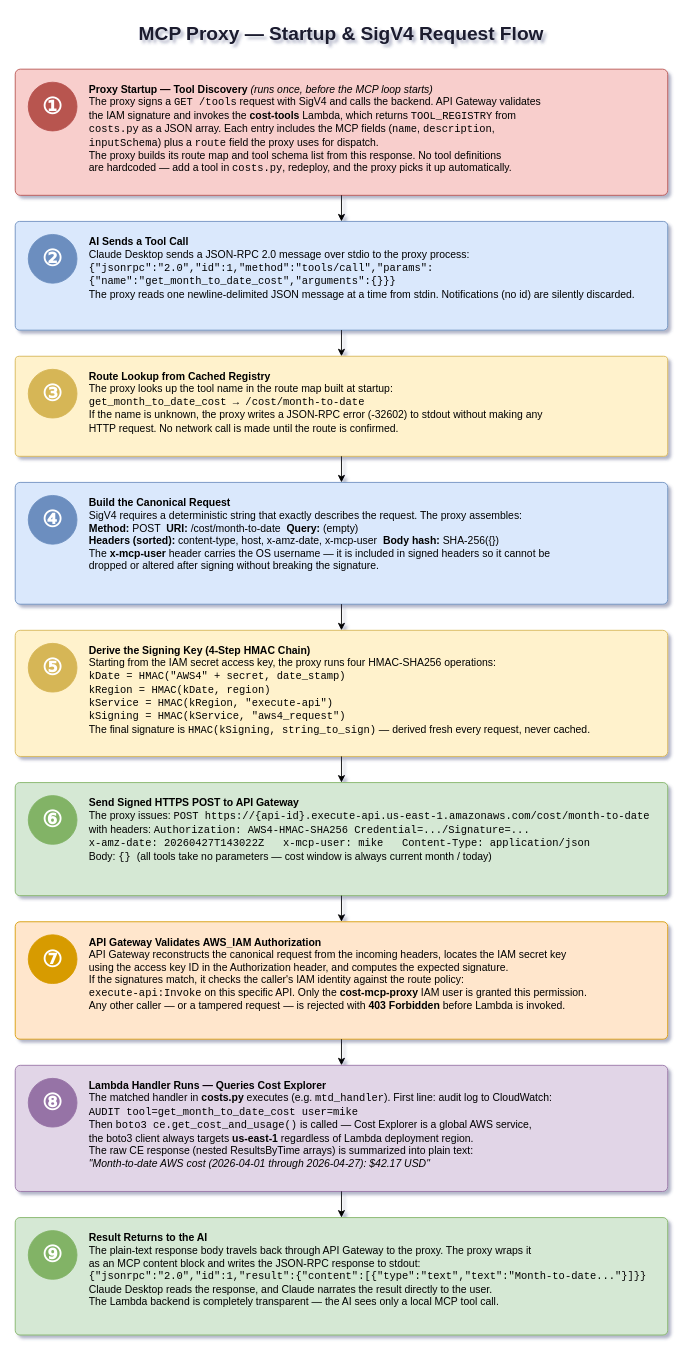
The draw.io diagram aws-serverless-mcp-flow.drawio in mamonaco1973/aws-serverless-mcp, before the edit. Source tidied: cells renumbered, new cells numbered last; positions are measured from the earlier drawing's top-left corner, leaving out a move shared by most shapes. Both pictures are drawn from the tidied source at 87%, with x=0, y=0 at pixel (15, 15).
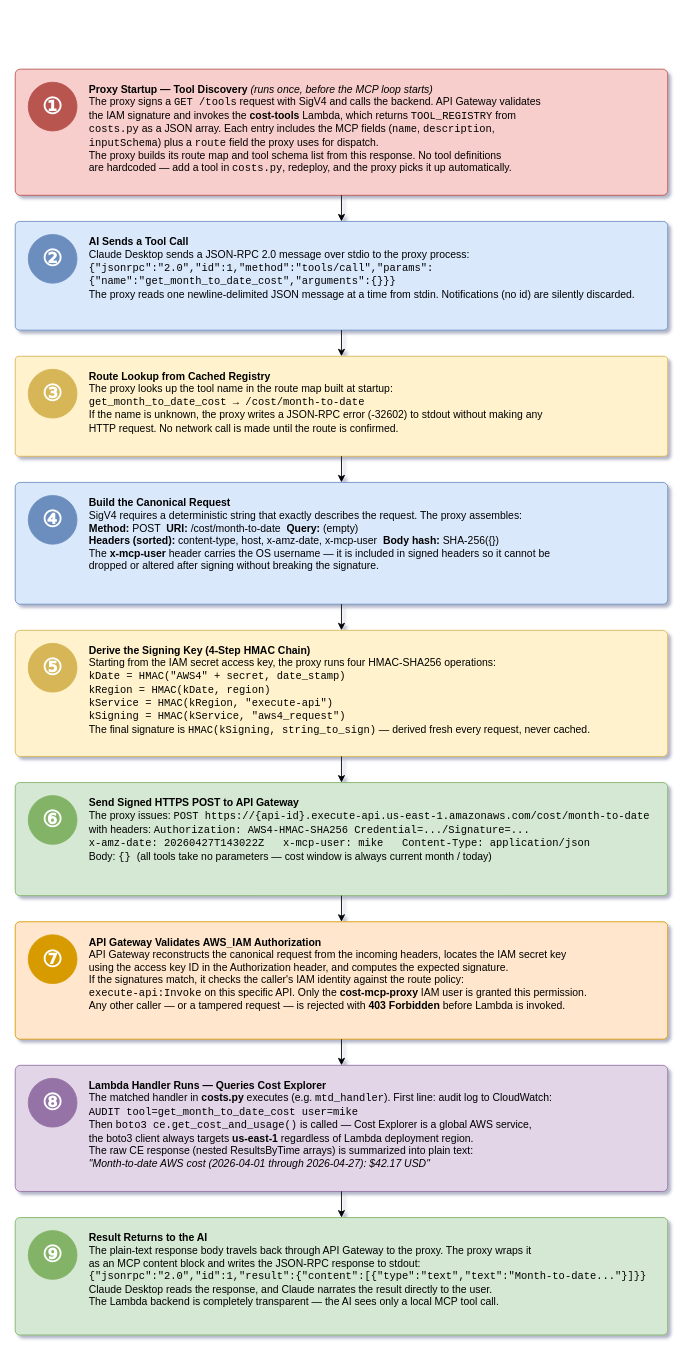
After the change.

Commit message (it also covers changes not shown here):
work on flow diagram

What changed in the source:
```diff
@@
-    <mxCell id="2" value="MCP Proxy — Startup &amp; SigV4 Request Flow" style="text;html=1;strokeColor=none;fillColor=none;align=center;verticalAlign=middle;whiteSpace=wrap;rounded=0;fontSize=22;fontStyle=1;fontColor=#1a1a2e;" parent="1" vertex="1">
-      <mxGeometry width="750" height="44" as="geometry" />
-    </mxCell>
```
